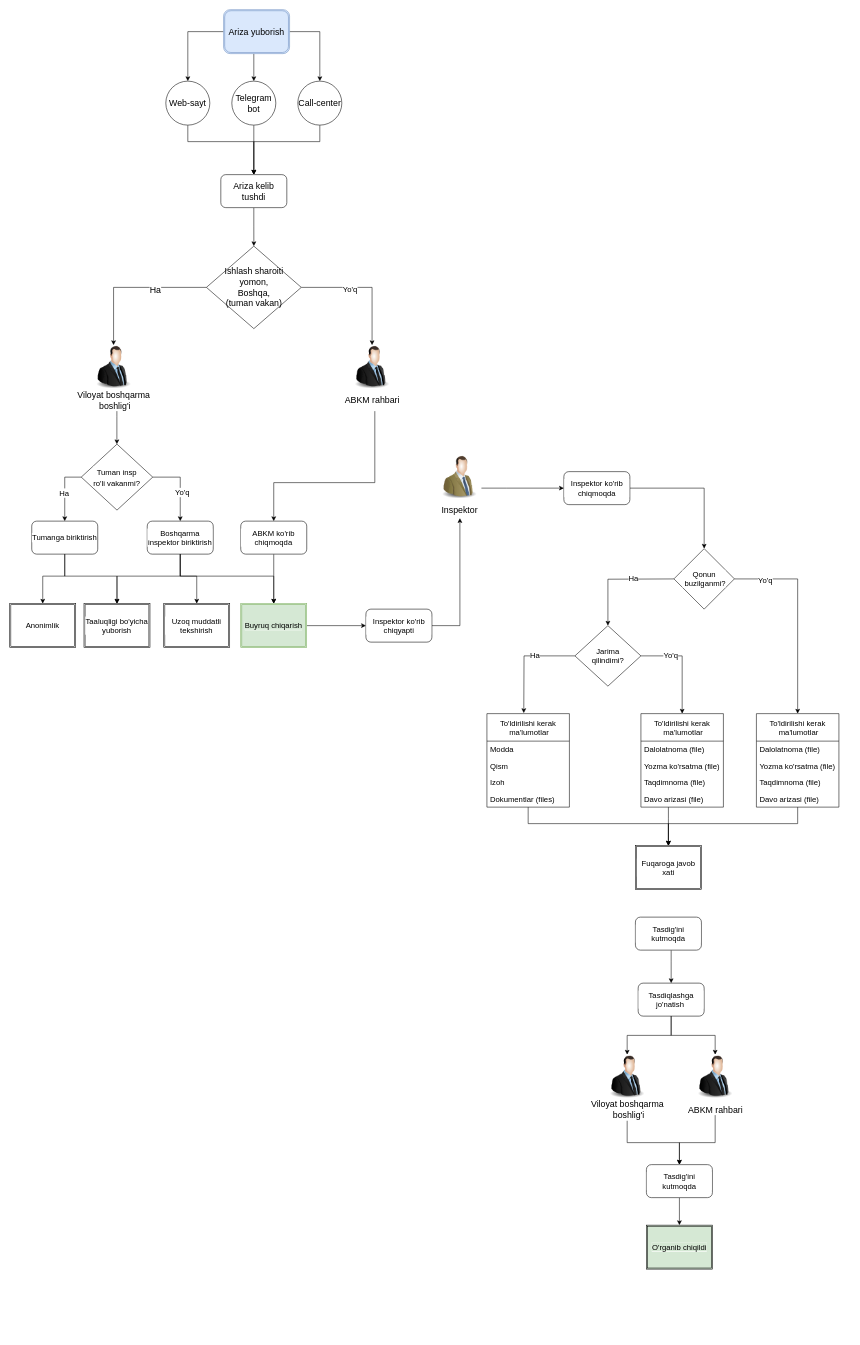
The draw.io diagram diagrams/Untitled Diagram.drawio in Zarinabonu/D-mi, before the edit. Source tidied: cells renumbered, new cells numbered last; positions are measured from the earlier drawing's top-left corner, leaving out a move shared by most shapes. Both pictures are drawn from the tidied source at 55%, with x=0, y=0 at pixel (9, 9).
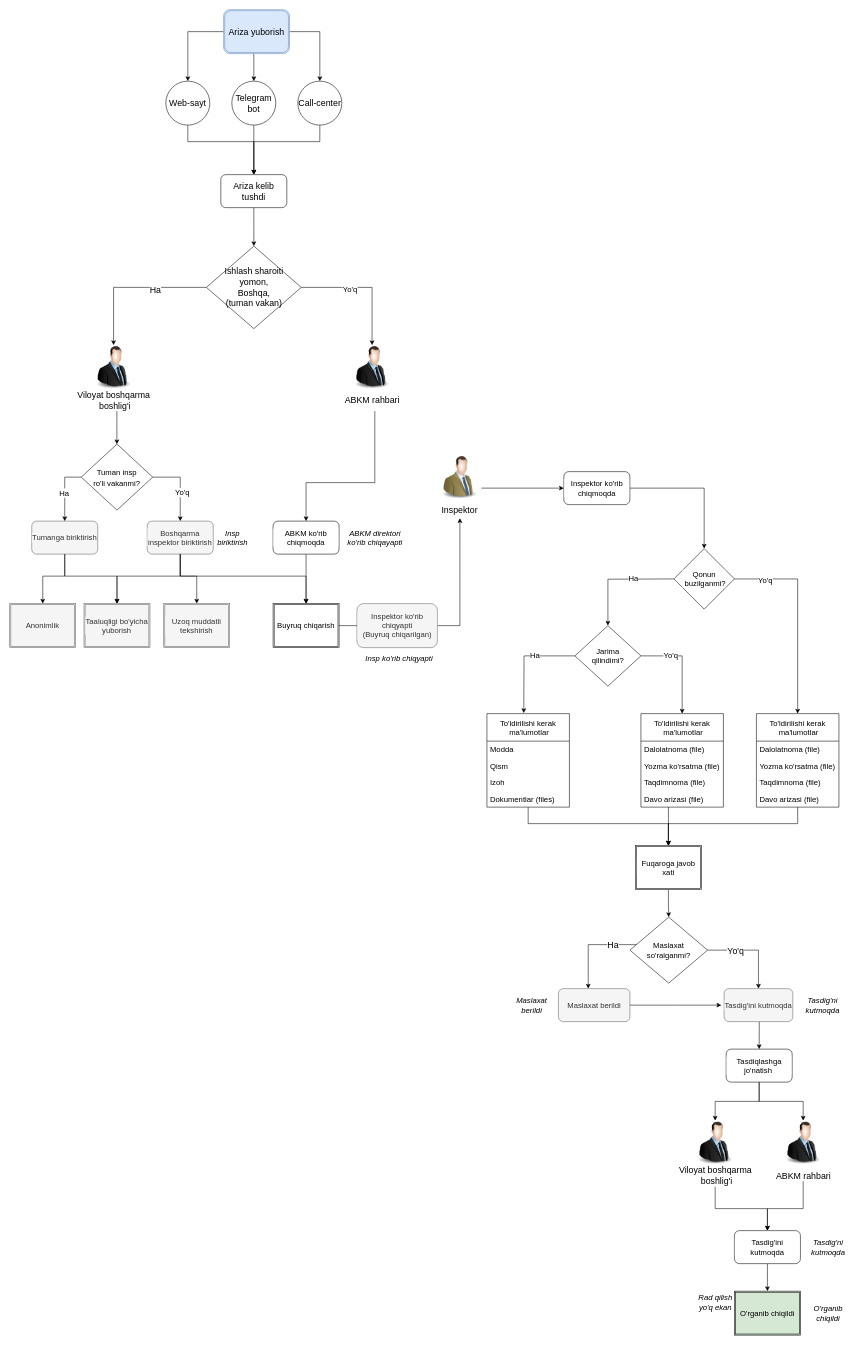
After the change.

The change refers to these unchanged cells:
```xml
<mxCell id="69" style="image;html=1;image=img/lib/clip_art/people/Suit_Man_128x128.png;fontSize=16;fontColor=default;strokeColor=default;fillColor=default;labelBackgroundColor=default;" parent="68" vertex="1">
  <mxGeometry x="35" width="80" height="80" as="geometry" />
</mxCell>
<mxCell id="70" value="Viloyat boshqarma&lt;br&gt;&amp;nbsp;boshlig'i" style="text;html=1;align=center;verticalAlign=middle;points=[];strokeColor=none;fillColor=none;fontSize=16;fontColor=default;labelBackgroundColor=default;" parent="68" vertex="1">
  <mxGeometry y="80" width="150" height="40" as="geometry" />
</mxCell>
<mxCell id="73" style="image;html=1;image=img/lib/clip_art/people/Suit_Man_128x128.png;fontSize=16;fontColor=default;strokeColor=default;fillColor=default;labelBackgroundColor=default;" parent="72" vertex="1">
  <mxGeometry x="35" width="80" height="80" as="geometry" />
</mxCell>
<mxCell id="74" value="ABKM rahbari" style="text;html=1;align=center;verticalAlign=middle;points=[];strokeColor=none;fillColor=none;fontSize=16;fontColor=default;labelBackgroundColor=default;" parent="72" vertex="1">
  <mxGeometry x="15" y="90" width="120" height="20" as="geometry" />
</mxCell>
<mxCell id="81" value="Fuqaroga javob xati" style="shape=ext;double=1;rounded=0;whiteSpace=wrap;html=1;labelBackgroundColor=default;fontSize=14;fontColor=default;strokeColor=default;fillColor=default;" parent="1" vertex="1">
  <mxGeometry x="1137.8" y="1520" width="120" height="80" as="geometry" />
</mxCell>
<mxCell id="87" value="Inspektor" style="text;html=1;align=center;verticalAlign=middle;points=[];strokeColor=none;fillColor=none;fontSize=16;fontColor=default;labelBackgroundColor=default;" parent="85" vertex="1">
  <mxGeometry x="10" y="90" width="80" height="20" as="geometry" />
</mxCell>
```

The edit, as a diff of the source:
```diff
@@
     <mxCell id="25" style="edgeStyle=orthogonalEdgeStyle;rounded=0;jettySize=auto;html=1;entryX=0.5;entryY=0;entryDx=0;entryDy=0;labelBackgroundColor=default;fontSize=14;fontColor=default;strokeColor=default;fillColor=default;" parent="1" edge="1" target="95">
       <mxGeometry relative="1" as="geometry">
         <mxPoint x="664" y="730" as="sourcePoint" />
         <Array as="points">
           <mxPoint x="664" y="860" />
-          <mxPoint x="480" y="860" />
+          <mxPoint x="539" y="860" />
         </Array>
       </mxGeometry>
     </mxCell>
@@
-    <mxCell id="27" value="&lt;span&gt;Boshqarma inspektor biriktirish&lt;/span&gt;" style="rounded=1;whiteSpace=wrap;html=1;labelBackgroundColor=default;fontSize=14;fontColor=default;strokeColor=default;fillColor=default;" parent="1" vertex="1">
+    <mxCell id="27" value="&lt;span&gt;Boshqarma inspektor biriktirish&lt;/span&gt;" style="rounded=1;whiteSpace=wrap;html=1;labelBackgroundColor=#F5F5F5;fontSize=14;fontColor=#333333;strokeColor=#666666;fillColor=#F5F5F5;" parent="1" vertex="1">
       <mxGeometry x="250.2" y="930" width="120" height="60" as="geometry" />
     </mxCell>
@@
-    <mxCell id="30" value="Tumanga biriktirish" style="rounded=1;whiteSpace=wrap;html=1;labelBackgroundColor=default;fontSize=14;fontColor=default;strokeColor=default;fillColor=default;" parent="1" vertex="1">
+    <mxCell id="30" value="Tumanga biriktirish" style="rounded=1;whiteSpace=wrap;html=1;labelBackgroundColor=#F5F5F5;fontSize=14;fontColor=#333333;strokeColor=#666666;fillColor=#F5F5F5;" parent="1" vertex="1">
       <mxGeometry x="40.2" y="930" width="120" height="60" as="geometry" />
     </mxCell>
@@
-    <mxCell id="33" value="&lt;font style=&quot;font-size: 14px&quot;&gt;Taaluqligi bo'yicha yuborish&lt;/font&gt;" style="shape=ext;double=1;rounded=0;whiteSpace=wrap;html=1;labelBackgroundColor=default;fontSize=12;fontColor=default;strokeColor=default;fillColor=default;" parent="1" vertex="1">
+    <mxCell id="33" value="&lt;font style=&quot;font-size: 14px&quot;&gt;Taaluqligi bo'yicha yuborish&lt;/font&gt;" style="shape=ext;double=1;rounded=0;whiteSpace=wrap;html=1;labelBackgroundColor=#F5F5F5;fontSize=12;fontColor=#333333;strokeColor=#666666;fillColor=#F5F5F5;" parent="1" vertex="1">
       <mxGeometry x="135.2" y="1080" width="120" height="80" as="geometry" />
     </mxCell>
@@
-    <mxCell id="36" value="&lt;font style=&quot;font-size: 14px&quot;&gt;Uzoq muddatli tekshirish&lt;/font&gt;" style="shape=ext;double=1;rounded=0;whiteSpace=wrap;html=1;labelBackgroundColor=default;fontSize=12;fontColor=default;strokeColor=default;fillColor=default;" parent="1" vertex="1">
+    <mxCell id="36" value="&lt;font style=&quot;font-size: 14px&quot;&gt;Uzoq muddatli tekshirish&lt;/font&gt;" style="shape=ext;double=1;rounded=0;whiteSpace=wrap;html=1;labelBackgroundColor=#F5F5F5;fontSize=12;fontColor=#333333;strokeColor=#666666;fillColor=#F5F5F5;" parent="1" vertex="1">
       <mxGeometry x="280.2" y="1080" width="120" height="80" as="geometry" />
     </mxCell>
@@
-    <mxCell id="38" value="&lt;font style=&quot;font-size: 14px&quot;&gt;Anonimlik&lt;/font&gt;" style="shape=ext;double=1;rounded=0;whiteSpace=wrap;html=1;labelBackgroundColor=default;fontSize=12;fontColor=default;strokeColor=default;fillColor=default;" parent="1" vertex="1">
+    <mxCell id="38" value="&lt;font style=&quot;font-size: 14px&quot;&gt;Anonimlik&lt;/font&gt;" style="shape=ext;double=1;rounded=0;whiteSpace=wrap;html=1;labelBackgroundColor=#F5F5F5;fontSize=12;fontColor=#333333;strokeColor=#666666;fillColor=#F5F5F5;" parent="1" vertex="1">
       <mxGeometry x="0.2" y="1080" width="120" height="80" as="geometry" />
     </mxCell>
@@
-    <mxCell id="40" style="edgeStyle=orthogonalEdgeStyle;rounded=0;jettySize=auto;html=1;entryX=0;entryY=0.5;entryDx=0;entryDy=0;labelBackgroundColor=default;fontSize=14;fontColor=default;strokeColor=default;fillColor=default;" parent="1" edge="1" source="41" target="98">
-      <mxGeometry relative="1" as="geometry" />
+    <mxCell id="40" style="edgeStyle=orthogonalEdgeStyle;rounded=0;jettySize=auto;html=1;entryX=0;entryY=0.5;entryDx=0;entryDy=0;labelBackgroundColor=default;fontSize=14;fontColor=default;strokeColor=default;fillColor=default;" parent="1" edge="1" source="41">
+      <mxGeometry relative="1" as="geometry">
+        <mxPoint x="690.2" y="1120" as="targetPoint" />
+      </mxGeometry>
     </mxCell>
-    <mxCell id="41" value="&lt;font style=&quot;font-size: 14px ; background-color: rgb(213 , 232 , 212)&quot;&gt;Buyruq chiqarish&lt;/font&gt;" style="shape=ext;double=1;rounded=0;whiteSpace=wrap;html=1;labelBackgroundColor=default;fontSize=12;strokeColor=#82b366;fillColor=#D5E8D4;fontColor=default;" parent="1" vertex="1">
-      <mxGeometry x="420.2" y="1080" width="120" height="80" as="geometry" />
+    <mxCell id="41" value="&lt;font style=&quot;font-size: 14px;&quot;&gt;Buyruq chiqarish&lt;/font&gt;" style="shape=ext;double=1;rounded=0;whiteSpace=wrap;html=1;labelBackgroundColor=default;fontSize=12;strokeColor=default;fillColor=default;fontColor=default;" parent="1" vertex="1">
+      <mxGeometry x="479" y="1080" width="120" height="80" as="geometry" />
     </mxCell>
     <mxCell id="42" style="edgeStyle=orthogonalEdgeStyle;rounded=0;jettySize=auto;html=1;labelBackgroundColor=default;fontColor=default;strokeColor=default;" parent="1" edge="1" source="27" target="41">
       <mxGeometry x="-83.8" y="590" as="geometry">
         <Array as="points">
-          <mxPoint x="310.2" y="1030" />
-          <mxPoint x="480.2" y="1030" />
+          <mxPoint x="310" y="1030" />
+          <mxPoint x="539" y="1030" />
         </Array>
       </mxGeometry>
     </mxCell>
@@
     <mxCell id="47" value="Tasdiqlashga jo'natish&amp;nbsp;" style="rounded=1;whiteSpace=wrap;html=1;labelBackgroundColor=default;fontSize=14;fontColor=default;strokeColor=default;fillColor=default;" parent="1" vertex="1">
-      <mxGeometry x="1142.8" y="1770" width="120" height="60" as="geometry" />
+      <mxGeometry x="1302.8" y="1890" width="120" height="60" as="geometry" />
     </mxCell>
     <mxCell id="48" style="edgeStyle=orthogonalEdgeStyle;rounded=0;jettySize=auto;html=1;entryX=0.5;entryY=0;entryDx=0;entryDy=0;labelBackgroundColor=default;fontSize=14;fontColor=default;strokeColor=default;" parent="1" edge="1" source="74">
-      <mxGeometry x="133.8" y="790" as="geometry">
-        <mxPoint x="1217.8" y="2100" as="targetPoint" />
+      <mxGeometry x="293.8" y="910" as="geometry">
+        <mxPoint x="1377.8" y="2220" as="targetPoint" />
         <Array as="points">
-          <mxPoint x="1282.8" y="2060" />
-          <mxPoint x="1217.8" y="2060" />
+          <mxPoint x="1442.8" y="2180" />
+          <mxPoint x="1377.8" y="2180" />
         </Array>
       </mxGeometry>
     </mxCell>
     <mxCell id="49" style="edgeStyle=orthogonalEdgeStyle;rounded=0;jettySize=auto;html=1;entryX=0.5;entryY=0;entryDx=0;entryDy=0;labelBackgroundColor=default;fontSize=14;fontColor=default;strokeColor=default;" parent="1" edge="1" source="70">
-      <mxGeometry x="133.8" y="790" as="geometry">
-        <mxPoint x="1217.8" y="2100" as="targetPoint" />
+      <mxGeometry x="293.8" y="910" as="geometry">
+        <mxPoint x="1377.8" y="2220" as="targetPoint" />
         <Array as="points">
-          <mxPoint x="1122.8" y="2060" />
-          <mxPoint x="1217.8" y="2060" />
+          <mxPoint x="1282.8" y="2180" />
+          <mxPoint x="1377.8" y="2180" />
         </Array>
       </mxGeometry>
     </mxCell>
-    <mxCell id="50" value="&lt;font style=&quot;font-size: 14px ; background-color: rgb(213 , 232 , 212)&quot;&gt;O'rganib chiqildi&lt;/font&gt;" style="shape=ext;double=1;rounded=0;whiteSpace=wrap;html=1;labelBackgroundColor=default;fontSize=12;strokeColor=default;fillColor=#d5e8d4;fontColor=default;" parent="1" vertex="1">
-      <mxGeometry x="1157.8" y="2210" width="120" height="80" as="geometry" />
+    <mxCell id="50" value="&lt;font style=&quot;font-size: 14px;&quot;&gt;O'rganib chiqildi&lt;/font&gt;" style="shape=ext;double=1;rounded=0;whiteSpace=wrap;html=1;labelBackgroundColor=#D5E8D4;fontSize=12;strokeColor=default;fillColor=#D5E8D4;fontColor=default;" parent="1" vertex="1">
+      <mxGeometry x="1317.8" y="2330" width="120" height="80" as="geometry" />
     </mxCell>
     <mxCell id="51" style="edgeStyle=orthogonalEdgeStyle;rounded=0;jettySize=auto;html=1;labelBackgroundColor=default;fontSize=14;fontColor=default;strokeColor=default;" parent="1" edge="1" source="52" target="50">
-      <mxGeometry x="133.8" y="790" as="geometry" />
+      <mxGeometry x="293.8" y="910" as="geometry" />
     </mxCell>
     <mxCell id="52" value="&lt;span style=&quot;font-family: &amp;quot;helvetica&amp;quot; ; font-size: 14px ; font-style: normal ; font-weight: 400 ; letter-spacing: normal ; text-align: center ; text-indent: 0px ; text-transform: none ; word-spacing: 0px ; display: inline ; float: none&quot;&gt;Tasdig'ini kutmoqda&lt;/span&gt;" style="rounded=1;whiteSpace=wrap;html=1;labelBackgroundColor=default;fontSize=14;fontColor=default;strokeColor=default;fillColor=default;" parent="1" vertex="1">
-      <mxGeometry x="1157.8" y="2100" width="120" height="60" as="geometry" />
+      <mxGeometry x="1317.8" y="2220" width="120" height="60" as="geometry" />
     </mxCell>
@@
     <mxCell id="68" style="group;fontColor=default;strokeColor=none;labelBackgroundColor=default;" parent="1" vertex="1">
-      <mxGeometry x="1047.8" y="1900" width="150" height="120" as="geometry" />
+      <mxGeometry x="1207.8" y="2020" width="150" height="120" as="geometry" />
     </mxCell>
@@
     <mxCell id="71" style="edgeStyle=orthogonalEdgeStyle;rounded=0;jettySize=auto;html=1;entryX=0.5;entryY=0;entryDx=0;entryDy=0;labelBackgroundColor=default;fontSize=12;fontColor=default;strokeColor=default;" parent="1" edge="1" source="47" target="69">
-      <mxGeometry x="133.8" y="790" as="geometry" />
+      <mxGeometry x="293.8" y="910" as="geometry" />
     </mxCell>
     <mxCell id="72" style="group;fontColor=default;strokeColor=none;labelBackgroundColor=default;" parent="1" vertex="1">
-      <mxGeometry x="1207.8" y="1900" width="150" height="120" as="geometry" />
+      <mxGeometry x="1367.8" y="2020" width="150" height="120" as="geometry" />
     </mxCell>
@@
     <mxCell id="75" style="edgeStyle=orthogonalEdgeStyle;rounded=0;jettySize=auto;html=1;entryX=0.5;entryY=0;entryDx=0;entryDy=0;labelBackgroundColor=default;fontSize=12;fontColor=default;strokeColor=default;" parent="1" edge="1" source="47" target="73">
-      <mxGeometry x="133.8" y="790" as="geometry" />
+      <mxGeometry x="293.8" y="910" as="geometry" />
     </mxCell>
@@
+    <mxCell id="100" style="edgeStyle=orthogonalEdgeStyle;rounded=0;jettySize=auto;html=1;entryX=0.5;entryY=0;entryDx=0;entryDy=0;labelBackgroundColor=default;fontSize=16;fontColor=default;strokeColor=default;fillColor=default;" parent="1" edge="1" source="81" target="106">
+      <mxGeometry relative="1" as="geometry" />
+    </mxCell>
@@
-    <mxCell id="89" style="edgeStyle=orthogonalEdgeStyle;rounded=0;jettySize=auto;html=1;entryX=0.5;entryY=0;entryDx=0;entryDy=0;labelBackgroundColor=default;fontSize=14;fontColor=default;strokeColor=default;fillColor=default;" parent="1" edge="1" source="90" target="47">
-      <mxGeometry x="133.8" y="790" as="geometry">
+    <mxCell id="89" style="edgeStyle=orthogonalEdgeStyle;rounded=0;jettySize=auto;html=1;entryX=0.5;entryY=0;entryDx=0;entryDy=0;labelBackgroundColor=default;fontSize=16;fontColor=default;strokeColor=default;fillColor=default;" parent="1" edge="1" source="90" target="47">
+      <mxGeometry relative="1" as="geometry">
         <Array as="points">
-          <mxPoint x="1202.8" y="1730" />
-          <mxPoint x="1202.8" y="1730" />
+          <mxPoint x="1363" y="1850" />
+          <mxPoint x="1363" y="1850" />
         </Array>
       </mxGeometry>
     </mxCell>
-    <mxCell id="90" value="Tasdig'ini kutmoqda" style="rounded=1;whiteSpace=wrap;html=1;labelBackgroundColor=default;fontSize=14;fontColor=default;strokeColor=default;fillColor=default;" parent="1" vertex="1">
-      <mxGeometry x="1137.8" y="1650" width="120" height="60" as="geometry" />
+    <mxCell id="90" value="Tasdig'ini kutmoqda" style="rounded=1;whiteSpace=wrap;html=1;labelBackgroundColor=#F5F5F5;fontSize=14;fontColor=#333333;strokeColor=#666666;fillColor=#f5f5f5;" parent="1" vertex="1">
+      <mxGeometry x="1299" y="1780" width="125" height="60" as="geometry" />
     </mxCell>
@@
     <mxCell id="95" value="ABKM ko'rib chiqmoqda" style="rounded=1;whiteSpace=wrap;html=1;labelBackgroundColor=default;fontSize=14;fontColor=default;strokeColor=default;fillColor=default;" parent="1" vertex="1">
-      <mxGeometry x="420.2" y="930" width="120" height="60" as="geometry" />
+      <mxGeometry x="479" y="930" width="120" height="60" as="geometry" />
     </mxCell>
@@
     <mxCell id="97" style="edgeStyle=orthogonalEdgeStyle;rounded=0;jettySize=auto;html=1;entryX=0.511;entryY=1.229;entryDx=0;entryDy=0;entryPerimeter=0;labelBackgroundColor=default;fontSize=14;fontColor=default;strokeColor=default;fillColor=default;" parent="1" edge="1" source="98" target="87">
-      <mxGeometry relative="1" as="geometry" />
+      <mxGeometry relative="1" as="geometry">
+        <Array as="points">
+          <mxPoint x="819" y="1120" />
+        </Array>
+      </mxGeometry>
     </mxCell>
-    <mxCell id="98" value="Inspektor ko'rib chiqyapti" style="rounded=1;whiteSpace=wrap;html=1;labelBackgroundColor=default;fontSize=14;fontColor=default;strokeColor=default;fillColor=default;" parent="1" vertex="1">
-      <mxGeometry x="647.8" y="1090" width="120" height="60" as="geometry" />
+    <mxCell id="98" value="Inspektor ko'rib chiqyapti&lt;br&gt;(Buyruq chiqarilgan)" style="rounded=1;whiteSpace=wrap;html=1;labelBackgroundColor=#F5F5F5;fontSize=14;fontColor=#333333;strokeColor=#666666;fillColor=#F5F5F5;" parent="1" vertex="1">
+      <mxGeometry x="631.5" y="1080" width="146.2" height="80" as="geometry" />
     </mxCell>
@@
+    <mxCell id="101" value="&lt;i&gt;Rad qilish &lt;br&gt;yo'q ekan&lt;/i&gt;" style="text;html=1;align=center;verticalAlign=middle;strokeColor=none;fillColor=none;fontSize=14;fontColor=default;labelBackgroundColor=default;" parent="1" vertex="1">
+      <mxGeometry x="1242.8" y="2330" width="80" height="40" as="geometry" />
+    </mxCell>
+    <mxCell id="102" style="edgeStyle=orthogonalEdgeStyle;rounded=0;jettySize=auto;html=1;entryX=0.417;entryY=0;entryDx=0;entryDy=0;entryPerimeter=0;labelBackgroundColor=default;fontSize=16;fontColor=default;strokeColor=default;fillColor=default;" parent="1" edge="1" source="106" target="108">
+      <mxGeometry relative="1" as="geometry">
+        <Array as="points">
+          <mxPoint x="1052" y="1700" />
+        </Array>
+      </mxGeometry>
+    </mxCell>
+    <mxCell id="103" value="Ha" style="edgeLabel;html=1;align=center;verticalAlign=middle;fontSize=16;fontColor=default;labelBackgroundColor=default;" parent="102" vertex="1">
+      <mxGeometry x="-0.1" y="-2" relative="1" as="geometry">
+        <mxPoint x="32" y="2" as="offset" />
+      </mxGeometry>
+    </mxCell>
+    <mxCell id="104" style="edgeStyle=orthogonalEdgeStyle;rounded=0;jettySize=auto;html=1;labelBackgroundColor=default;fontSize=16;fontColor=default;strokeColor=default;fillColor=default;" parent="1" edge="1" source="106" target="90">
+      <mxGeometry relative="1" as="geometry" />
+    </mxCell>
+    <mxCell id="105" value="Yo'q" style="edgeLabel;html=1;align=center;verticalAlign=middle;fontSize=16;fontColor=default;labelBackgroundColor=default;" parent="104" vertex="1">
+      <mxGeometry x="-0.17" y="2" relative="1" as="geometry">
+        <mxPoint x="-17" y="2" as="offset" />
+      </mxGeometry>
+    </mxCell>
+    <mxCell id="106" value="Maslaxat &lt;br&gt;so'ralganmi?" style="rhombus;whiteSpace=wrap;html=1;labelBackgroundColor=default;fontSize=14;fontColor=default;strokeColor=default;fillColor=default;" parent="1" vertex="1">
+      <mxGeometry x="1127.8" y="1650" width="141.2" height="120" as="geometry" />
+    </mxCell>
+    <mxCell id="107" style="edgeStyle=orthogonalEdgeStyle;rounded=0;jettySize=auto;html=1;labelBackgroundColor=default;fontSize=16;fontColor=default;strokeColor=default;fillColor=default;" parent="1" edge="1" source="108">
+      <mxGeometry relative="1" as="geometry">
+        <mxPoint x="1294" y="1810" as="targetPoint" />
+      </mxGeometry>
+    </mxCell>
+    <mxCell id="108" value="&lt;span style=&quot;&quot;&gt;Maslaxat berildi&lt;/span&gt;" style="rounded=1;whiteSpace=wrap;html=1;labelBackgroundColor=#F5F5F5;fontSize=14;fontColor=#333333;strokeColor=#666666;fillColor=#f5f5f5;" parent="1" vertex="1">
+      <mxGeometry x="997.8" y="1780" width="130" height="60" as="geometry" />
+    </mxCell>
+    <mxCell id="109" value="&lt;i&gt;ABKM direktori&lt;br&gt;ko'rib chiqayapti&lt;/i&gt;" style="text;html=1;align=center;verticalAlign=middle;strokeColor=none;fillColor=default;fontSize=14;fontColor=default;labelBackgroundColor=default;" parent="1" vertex="1">
+      <mxGeometry x="604" y="940" width="120" height="40" as="geometry" />
+    </mxCell>
+    <mxCell id="110" value="&lt;i&gt;Insp&lt;br&gt;biriktirish&lt;/i&gt;" style="text;html=1;align=center;verticalAlign=middle;strokeColor=none;fillColor=none;fontSize=14;fontColor=default;labelBackgroundColor=default;" parent="1" vertex="1">
+      <mxGeometry x="370.2" y="940" width="70" height="40" as="geometry" />
+    </mxCell>
+    <mxCell id="111" value="&lt;i&gt;Insp ko'rib chiqyapti&lt;/i&gt;" style="text;html=1;align=center;verticalAlign=middle;strokeColor=none;fillColor=default;fontSize=14;fontColor=default;labelBackgroundColor=default;" parent="1" vertex="1">
+      <mxGeometry x="637.8" y="1170" width="140" height="20" as="geometry" />
+    </mxCell>
+    <mxCell id="112" value="&lt;i&gt;Tasdig'ni &lt;br&gt;kutmoqda&lt;/i&gt;" style="text;html=1;align=center;verticalAlign=middle;strokeColor=none;fillColor=default;fontSize=14;fontColor=default;labelBackgroundColor=default;" parent="1" vertex="1">
+      <mxGeometry x="1437.8" y="1790" width="80" height="40" as="geometry" />
+    </mxCell>
+    <mxCell id="113" value="&lt;i&gt;Maslaxat &lt;br&gt;berildi&lt;/i&gt;" style="text;html=1;align=center;verticalAlign=middle;strokeColor=none;fillColor=default;fontSize=14;fontColor=default;labelBackgroundColor=default;" parent="1" vertex="1">
+      <mxGeometry x="914" y="1790" width="70" height="40" as="geometry" />
+    </mxCell>
+    <mxCell id="114" value="&lt;i&gt;Tasdig'ni &lt;br&gt;kutmoqda&lt;/i&gt;" style="text;html=1;align=center;verticalAlign=middle;strokeColor=none;fillColor=default;fontSize=14;fontColor=default;labelBackgroundColor=default;" parent="1" vertex="1">
+      <mxGeometry x="1447.8" y="2230" width="80" height="40" as="geometry" />
+    </mxCell>
+    <mxCell id="115" value="&lt;i&gt;O'rganib&lt;br&gt;chiqildi&lt;/i&gt;" style="text;html=1;align=center;verticalAlign=middle;strokeColor=none;fillColor=none;fontSize=14;fontColor=default;labelBackgroundColor=default;" parent="1" vertex="1">
+      <mxGeometry x="1452.8" y="2350" width="70" height="40" as="geometry" />
+    </mxCell>
```
